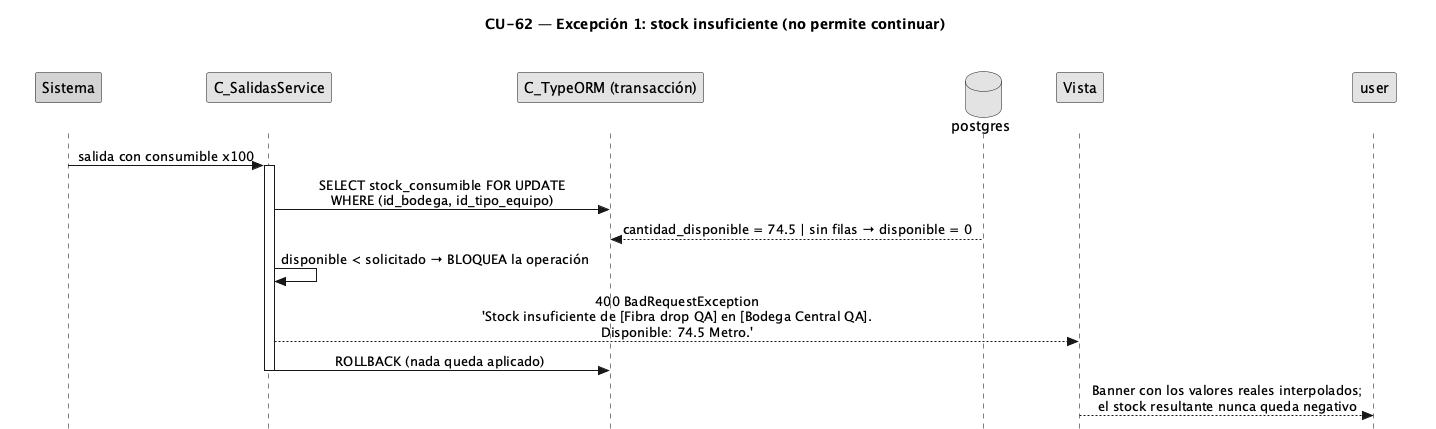
Before: diagramas/diagramas-secuencia/CU62/CU62-exc-stock-insuficiente.png, a diagram exported from PlantUML (FSM-Finet-y-Cable-Magico/Team_1-Inventario-y-Bodega). Source of this version:
```plantuml
@startuml CU62-exc-stock-insuficiente
title CU-62 — Excepción 1: stock insuficiente (no permite continuar)
skinparam style strictuml
skinparam monochrome true
skinparam shadowing false
skinparam sequenceMessageAlign center
<style> sequenceDiagram { participant { Margin 30 } actor { Margin 12 } } </style>
skinparam sequence {
  MessageAlign center
  LifeLineBorderColor black
}
hide footbox

participant "Sistema" as sys #lightgrey
participant "C_SalidasService" as svc
participant "C_TypeORM (transacción)" as orm
database "postgres" as db
participant "Vista" as view

sys -> svc : salida con consumible x100
activate svc
svc -> orm : SELECT stock_consumible FOR UPDATE\nWHERE (id_bodega, id_tipo_equipo)
db --> orm : cantidad_disponible = 74.5 | sin filas → disponible = 0
svc -> svc : disponible < solicitado → BLOQUEA la operación
svc --> view : 400 BadRequestException\n'Stock insuficiente de [Fibra drop QA] en [Bodega Central QA].\nDisponible: 74.5 Metro.'
svc -> orm : ROLLBACK (nada queda aplicado)
deactivate svc
view --> user : Banner con los valores reales interpolados;\nel stock resultante nunca queda negativo
@enduml
```
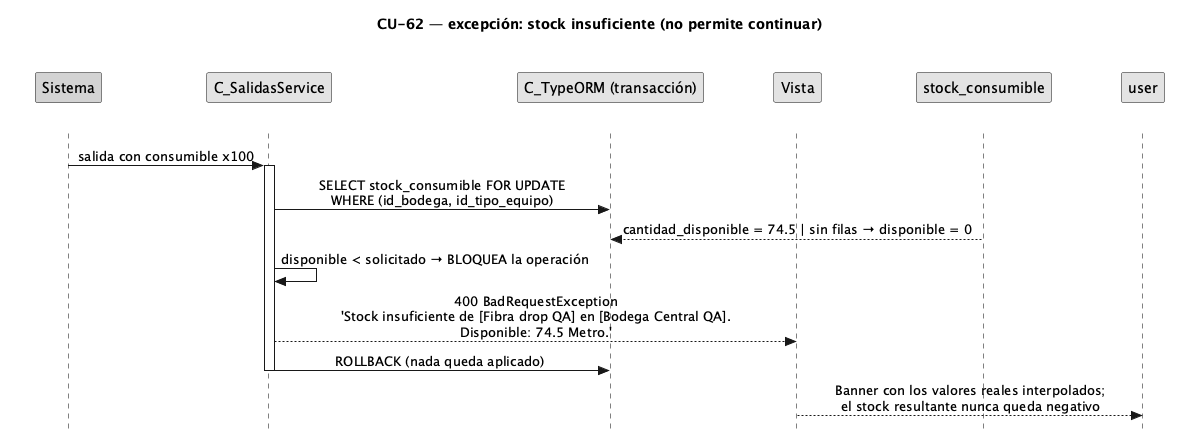
After the commit.

Change to the diagram source:
```diff
@@ -1,5 +1,5 @@
 @startuml CU62-exc-stock-insuficiente
-title CU-62 — Excepción 1: stock insuficiente (no permite continuar)
+title CU-62 — excepción: stock insuficiente (no permite continuar)
 skinparam style strictuml
 skinparam monochrome true
 skinparam shadowing false
@@ -14,13 +14,13 @@
 participant "Sistema" as sys #lightgrey
 participant "C_SalidasService" as svc
 participant "C_TypeORM (transacción)" as orm
-database "postgres" as db
 participant "Vista" as view
+participant "stock_consumible" as stock
 
 sys -> svc : salida con consumible x100
 activate svc
 svc -> orm : SELECT stock_consumible FOR UPDATE\nWHERE (id_bodega, id_tipo_equipo)
-db --> orm : cantidad_disponible = 74.5 | sin filas → disponible = 0
+stock --> orm : cantidad_disponible = 74.5 | sin filas → disponible = 0
 svc -> svc : disponible < solicitado → BLOQUEA la operación
 svc --> view : 400 BadRequestException\n'Stock insuficiente de [Fibra drop QA] en [Bodega Central QA].\nDisponible: 74.5 Metro.'
 svc -> orm : ROLLBACK (nada queda aplicado)
```
